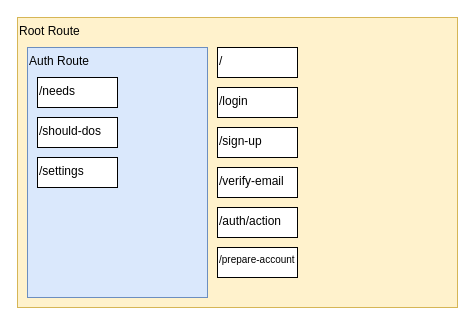
Before: shouldist_app_routing.drawio in appsparkler/draw.io, a draw.io diagram. Source tidied: cells renumbered, new cells numbered last; positions are measured from the earlier drawing's top-left corner, leaving out a move shared by most shapes. Both pictures are drawn from the tidied source at 100%, with x=0, y=0 at pixel (17, 17).
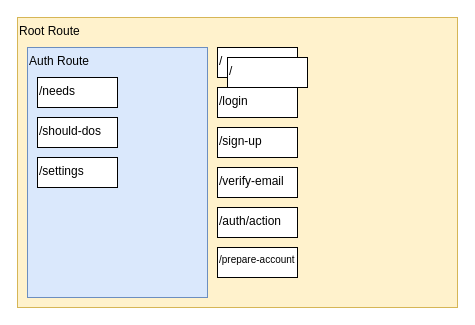
The same page after the edit.

What changed in the source:
```diff
@@
 <mxGraphModel>
   <root>
     <mxCell id="0" />
     <mxCell id="1" parent="0" />
     <mxCell id="2" value="Root Route" style="rounded=0;whiteSpace=wrap;html=1;verticalAlign=top;align=left;fillColor=#fff2cc;strokeColor=#d6b656;" parent="1" vertex="1">
       <mxGeometry width="440" height="290" as="geometry" />
     </mxCell>
     <mxCell id="3" value="Auth Route" style="rounded=0;whiteSpace=wrap;html=1;verticalAlign=top;align=left;fillColor=#dae8fc;strokeColor=#6c8ebf;" parent="1" vertex="1">
       <mxGeometry x="10" y="30" width="180" height="250" as="geometry" />
     </mxCell>
     <mxCell id="4" value="/needs" style="rounded=0;whiteSpace=wrap;html=1;verticalAlign=top;align=left;" parent="1" vertex="1">
       <mxGeometry x="20" y="60" width="80" height="30" as="geometry" />
     </mxCell>
     <mxCell id="5" value="/should-dos" style="rounded=0;whiteSpace=wrap;html=1;verticalAlign=top;align=left;" parent="1" vertex="1">
       <mxGeometry x="20" y="100" width="80" height="30" as="geometry" />
     </mxCell>
     <mxCell id="6" value="/settings" style="rounded=0;whiteSpace=wrap;html=1;verticalAlign=top;align=left;" parent="1" vertex="1">
       <mxGeometry x="20" y="140" width="80" height="30" as="geometry" />
     </mxCell>
     <mxCell id="7" value="/login" style="rounded=0;whiteSpace=wrap;html=1;verticalAlign=top;align=left;" parent="1" vertex="1">
       <mxGeometry x="200" y="70" width="80" height="30" as="geometry" />
     </mxCell>
     <mxCell id="8" value="/sign-up" style="rounded=0;whiteSpace=wrap;html=1;verticalAlign=top;align=left;" parent="1" vertex="1">
       <mxGeometry x="200" y="110" width="80" height="30" as="geometry" />
     </mxCell>
     <mxCell id="9" value="&lt;div&gt;/verify-email&lt;/div&gt;" style="rounded=0;whiteSpace=wrap;html=1;verticalAlign=top;align=left;" parent="1" vertex="1">
       <mxGeometry x="200" y="150" width="80" height="30" as="geometry" />
     </mxCell>
     <mxCell id="10" value="/" style="rounded=0;whiteSpace=wrap;html=1;verticalAlign=top;align=left;" parent="1" vertex="1">
       <mxGeometry x="200" y="30" width="80" height="30" as="geometry" />
     </mxCell>
     <mxCell id="11" value="&lt;div&gt;/auth/action&lt;/div&gt;" style="rounded=0;whiteSpace=wrap;html=1;verticalAlign=top;align=left;" parent="1" vertex="1">
       <mxGeometry x="200" y="190" width="80" height="30" as="geometry" />
     </mxCell>
     <mxCell id="12" value="&lt;div style=&quot;font-size: 10px;&quot;&gt;/prepare-account&lt;/div&gt;" style="rounded=0;whiteSpace=wrap;html=1;verticalAlign=top;align=left;fontSize=10;" parent="1" vertex="1">
       <mxGeometry x="200" y="230" width="80" height="30" as="geometry" />
     </mxCell>
+    <mxCell id="13" value="/" style="rounded=0;whiteSpace=wrap;html=1;verticalAlign=top;align=left;" parent="1" vertex="1">
+      <mxGeometry x="210" y="40" width="80" height="30" as="geometry" />
+    </mxCell>
   </root>
 </mxGraphModel>
```
